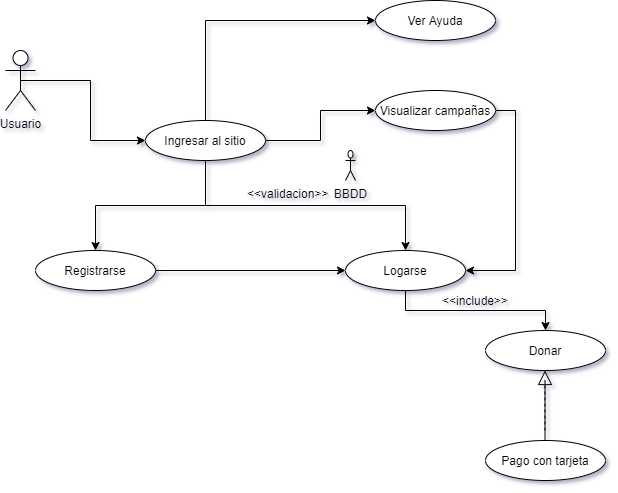
This is html/resources/designs/diagrama_amplio_casos_de_uso_user.png from MiguelRamosLop/App_Sanitae, a draw.io export, as it was before one commit. Source tidied: cells renumbered, new cells last; positions are measured from the earlier drawing's top-left corner, leaving out a move shared by most shapes.
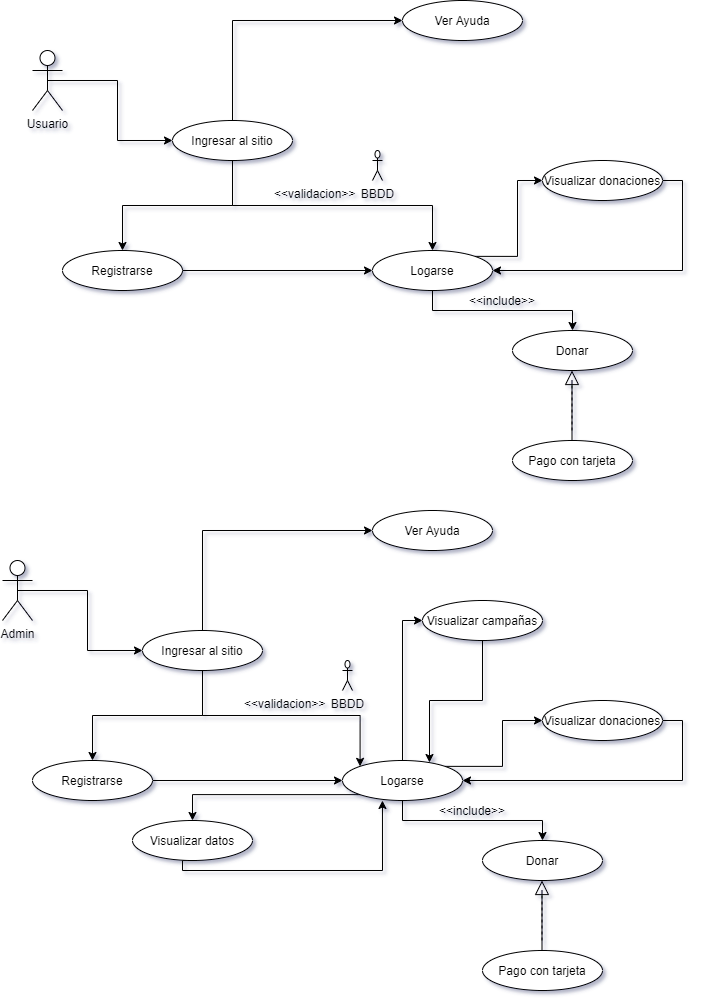
Above is the later version.

What changed in the source:
```diff
@@ -11,9 +11,6 @@
     <mxCell id="4" style="edgeStyle=orthogonalEdgeStyle;rounded=0;jettySize=auto;html=1;exitX=0.5;exitY=1;exitDx=0;exitDy=0;" parent="1" edge="1" source="8" target="12">
       <mxGeometry relative="1" as="geometry" />
     </mxCell>
-    <mxCell id="5" style="edgeStyle=orthogonalEdgeStyle;rounded=0;jettySize=auto;html=1;exitX=1;exitY=0.5;exitDx=0;exitDy=0;entryX=0;entryY=0.5;entryDx=0;entryDy=0;" parent="1" edge="1" source="8" target="14">
-      <mxGeometry relative="1" as="geometry" />
-    </mxCell>
     <mxCell id="6" style="edgeStyle=orthogonalEdgeStyle;rounded=0;jettySize=auto;html=1;exitX=0.5;exitY=1;exitDx=0;exitDy=0;" parent="1" edge="1" source="8" target="10">
       <mxGeometry relative="1" as="geometry" />
     </mxCell>
@@ -30,6 +27,9 @@
     <mxCell id="9" style="edgeStyle=orthogonalEdgeStyle;rounded=0;jettySize=auto;html=1;exitX=0.5;exitY=1;exitDx=0;exitDy=0;" parent="1" edge="1" source="10" target="15">
       <mxGeometry relative="1" as="geometry" />
     </mxCell>
+    <mxCell id="23" style="edgeStyle=orthogonalEdgeStyle;rounded=0;jettySize=auto;html=1;exitX=1;exitY=0;exitDx=0;exitDy=0;entryX=0;entryY=0.5;entryDx=0;entryDy=0;" parent="1" edge="1" source="10" target="14">
+      <mxGeometry relative="1" as="geometry" />
+    </mxCell>
     <mxCell id="10" value="Logarse" style="ellipse;whiteSpace=wrap;html=1;" parent="1" vertex="1">
       <mxGeometry x="340" y="250" width="120" height="40" as="geometry" />
     </mxCell>
@@ -42,8 +42,8 @@
     <mxCell id="13" style="edgeStyle=orthogonalEdgeStyle;rounded=0;jettySize=auto;html=1;exitX=1;exitY=0.5;exitDx=0;exitDy=0;entryX=1;entryY=0.5;entryDx=0;entryDy=0;" parent="1" edge="1" source="14" target="10">
       <mxGeometry relative="1" as="geometry" />
     </mxCell>
-    <mxCell id="14" value="Visualizar campañas" style="ellipse;whiteSpace=wrap;html=1;" parent="1" vertex="1">
-      <mxGeometry x="370" y="90" width="120" height="40" as="geometry" />
+    <mxCell id="14" value="Visualizar donaciones" style="ellipse;whiteSpace=wrap;html=1;" parent="1" vertex="1">
+      <mxGeometry x="510" y="160" width="120" height="40" as="geometry" />
     </mxCell>
     <mxCell id="15" value="Donar" style="ellipse;whiteSpace=wrap;html=1;" parent="1" vertex="1">
       <mxGeometry x="480" y="330" width="120" height="40" as="geometry" />
@@ -75,5 +75,102 @@
     <mxCell id="22" value="Ver Ayuda" style="ellipse;whiteSpace=wrap;html=1;" parent="1" vertex="1">
       <mxGeometry x="370" width="120" height="40" as="geometry" />
     </mxCell>
+    <mxCell id="24" style="edgeStyle=orthogonalEdgeStyle;rounded=0;jettySize=auto;html=1;exitX=0.5;exitY=0.5;exitDx=0;exitDy=0;exitPerimeter=0;entryX=0;entryY=0.5;entryDx=0;entryDy=0;" parent="1" edge="1" source="25" target="29">
+      <mxGeometry relative="1" as="geometry" />
+    </mxCell>
+    <mxCell id="25" value="Admin" style="shape=umlActor;verticalLabelPosition=bottom;verticalAlign=top;html=1;outlineConnect=0;" parent="1" vertex="1">
+      <mxGeometry x="-30" y="560" width="30" height="60" as="geometry" />
+    </mxCell>
+    <mxCell id="26" style="edgeStyle=orthogonalEdgeStyle;rounded=0;jettySize=auto;html=1;exitX=0.5;exitY=1;exitDx=0;exitDy=0;" parent="1" edge="1" source="29" target="36">
+      <mxGeometry relative="1" as="geometry" />
+    </mxCell>
+    <mxCell id="27" style="edgeStyle=orthogonalEdgeStyle;rounded=0;jettySize=auto;html=1;entryX=0;entryY=0.5;entryDx=0;entryDy=0;exitX=0.5;exitY=0;exitDx=0;exitDy=0;" parent="1" edge="1" source="29" target="46">
+      <mxGeometry relative="1" as="geometry">
+        <Array as="points">
+          <mxPoint x="170" y="530" />
+        </Array>
+      </mxGeometry>
+    </mxCell>
+    <mxCell id="28" style="edgeStyle=orthogonalEdgeStyle;rounded=0;jettySize=auto;html=1;exitX=0.5;exitY=1;exitDx=0;exitDy=0;entryX=0;entryY=0;entryDx=0;entryDy=0;" parent="1" edge="1" source="29" target="34">
+      <mxGeometry relative="1" as="geometry" />
+    </mxCell>
+    <mxCell id="29" value="Ingresar al sitio" style="ellipse;whiteSpace=wrap;html=1;" parent="1" vertex="1">
+      <mxGeometry x="110" y="630" width="120" height="40" as="geometry" />
+    </mxCell>
+    <mxCell id="30" style="edgeStyle=orthogonalEdgeStyle;rounded=0;jettySize=auto;html=1;exitX=0.5;exitY=1;exitDx=0;exitDy=0;" parent="1" edge="1" source="34" target="39">
+      <mxGeometry relative="1" as="geometry" />
+    </mxCell>
+    <mxCell id="31" style="edgeStyle=orthogonalEdgeStyle;rounded=0;jettySize=auto;html=1;exitX=1;exitY=0;exitDx=0;exitDy=0;entryX=0;entryY=0.5;entryDx=0;entryDy=0;" parent="1" edge="1" source="34" target="38">
+      <mxGeometry relative="1" as="geometry" />
+    </mxCell>
+    <mxCell id="32" style="edgeStyle=orthogonalEdgeStyle;rounded=0;jettySize=auto;html=1;exitX=0;exitY=1;exitDx=0;exitDy=0;" parent="1" edge="1" source="34" target="48">
+      <mxGeometry relative="1" as="geometry" />
+    </mxCell>
+    <mxCell id="33" style="edgeStyle=orthogonalEdgeStyle;rounded=0;jettySize=auto;html=1;exitX=0.5;exitY=0;exitDx=0;exitDy=0;entryX=0;entryY=0.5;entryDx=0;entryDy=0;" parent="1" edge="1" source="34" target="50">
+      <mxGeometry relative="1" as="geometry" />
+    </mxCell>
+    <mxCell id="34" value="Logarse" style="ellipse;whiteSpace=wrap;html=1;" parent="1" vertex="1">
+      <mxGeometry x="310" y="760" width="120" height="40" as="geometry" />
+    </mxCell>
+    <mxCell id="35" style="edgeStyle=orthogonalEdgeStyle;rounded=0;jettySize=auto;html=1;exitX=1;exitY=0.5;exitDx=0;exitDy=0;entryX=0;entryY=0.5;entryDx=0;entryDy=0;" parent="1" edge="1" source="36" target="34">
+      <mxGeometry relative="1" as="geometry" />
+    </mxCell>
+    <mxCell id="36" value="Registrarse" style="ellipse;whiteSpace=wrap;html=1;" parent="1" vertex="1">
+      <mxGeometry y="760" width="120" height="40" as="geometry" />
+    </mxCell>
+    <mxCell id="37" style="edgeStyle=orthogonalEdgeStyle;rounded=0;jettySize=auto;html=1;exitX=1;exitY=0.5;exitDx=0;exitDy=0;entryX=1;entryY=0.5;entryDx=0;entryDy=0;" parent="1" edge="1" source="38" target="34">
+      <mxGeometry relative="1" as="geometry" />
+    </mxCell>
+    <mxCell id="38" value="Visualizar donaciones" style="ellipse;whiteSpace=wrap;html=1;" parent="1" vertex="1">
+      <mxGeometry x="510" y="700" width="120" height="40" as="geometry" />
+    </mxCell>
+    <mxCell id="39" value="Donar" style="ellipse;whiteSpace=wrap;html=1;" parent="1" vertex="1">
+      <mxGeometry x="450" y="840" width="120" height="40" as="geometry" />
+    </mxCell>
+    <mxCell id="40" value="BBDD" style="shape=umlActor;verticalLabelPosition=bottom;verticalAlign=top;html=1;" parent="1" vertex="1">
+      <mxGeometry x="310" y="660" width="10" height="30" as="geometry" />
+    </mxCell>
+    <mxCell id="41" value="&amp;lt;&amp;lt;include&amp;gt;&amp;gt;" style="text;html=1;strokeColor=none;fillColor=none;align=center;verticalAlign=middle;whiteSpace=wrap;rounded=0;" parent="1" vertex="1">
+      <mxGeometry x="420" y="800" width="40" height="20" as="geometry" />
+    </mxCell>
+    <mxCell id="42" value="&lt;div style=&quot;text-align: center&quot;&gt;&lt;span&gt;&lt;font face=&quot;helvetica&quot;&gt;&amp;lt;&amp;lt;validacion&amp;gt;&amp;gt;&lt;/font&gt;&lt;/span&gt;&lt;/div&gt;" style="text;whiteSpace=wrap;html=1;" parent="1" vertex="1">
+      <mxGeometry x="210" y="690" width="110" height="30" as="geometry" />
+    </mxCell>
+    <mxCell id="43" style="endArrow=block;dashed=1;endFill=0;endSize=12;html=1;" parent="1" edge="1">
+      <mxGeometry relative="1" as="geometry">
+        <mxPoint x="509.5" y="940" as="sourcePoint" />
+        <mxPoint x="509.5" y="880" as="targetPoint" />
+      </mxGeometry>
+    </mxCell>
+    <mxCell id="44" style="endArrow=none;html=1;" parent="1" edge="1">
+      <mxGeometry relative="1" as="geometry">
+        <mxPoint x="509.5" y="950" as="sourcePoint" />
+        <mxPoint x="509.5" y="890" as="targetPoint" />
+      </mxGeometry>
+    </mxCell>
+    <mxCell id="45" value="Pago con tarjeta" style="ellipse;whiteSpace=wrap;html=1;" parent="1" vertex="1">
+      <mxGeometry x="450" y="950" width="120" height="40" as="geometry" />
+    </mxCell>
+    <mxCell id="46" value="Ver Ayuda" style="ellipse;whiteSpace=wrap;html=1;" parent="1" vertex="1">
+      <mxGeometry x="340" y="510" width="120" height="40" as="geometry" />
+    </mxCell>
+    <mxCell id="47" style="edgeStyle=orthogonalEdgeStyle;rounded=0;jettySize=auto;html=1;exitX=0.5;exitY=1;exitDx=0;exitDy=0;entryX=0.333;entryY=1;entryDx=0;entryDy=0;entryPerimeter=0;" parent="1" edge="1" source="48" target="34">
+      <mxGeometry relative="1" as="geometry">
+        <Array as="points">
+          <mxPoint x="150" y="860" />
+          <mxPoint x="150" y="870" />
+          <mxPoint x="350" y="870" />
+        </Array>
+      </mxGeometry>
+    </mxCell>
+    <mxCell id="48" value="Visualizar datos" style="ellipse;whiteSpace=wrap;html=1;" parent="1" vertex="1">
+      <mxGeometry x="100" y="820" width="120" height="40" as="geometry" />
+    </mxCell>
+    <mxCell id="49" style="edgeStyle=orthogonalEdgeStyle;rounded=0;jettySize=auto;html=1;exitX=0.5;exitY=1;exitDx=0;exitDy=0;entryX=0.725;entryY=0.05;entryDx=0;entryDy=0;entryPerimeter=0;" parent="1" edge="1" source="50" target="34">
+      <mxGeometry relative="1" as="geometry" />
+    </mxCell>
+    <mxCell id="50" value="Visualizar campañas" style="ellipse;whiteSpace=wrap;html=1;" parent="1" vertex="1">
+      <mxGeometry x="390" y="600" width="120" height="40" as="geometry" />
+    </mxCell>
   </root>
 </mxGraphModel>
```
